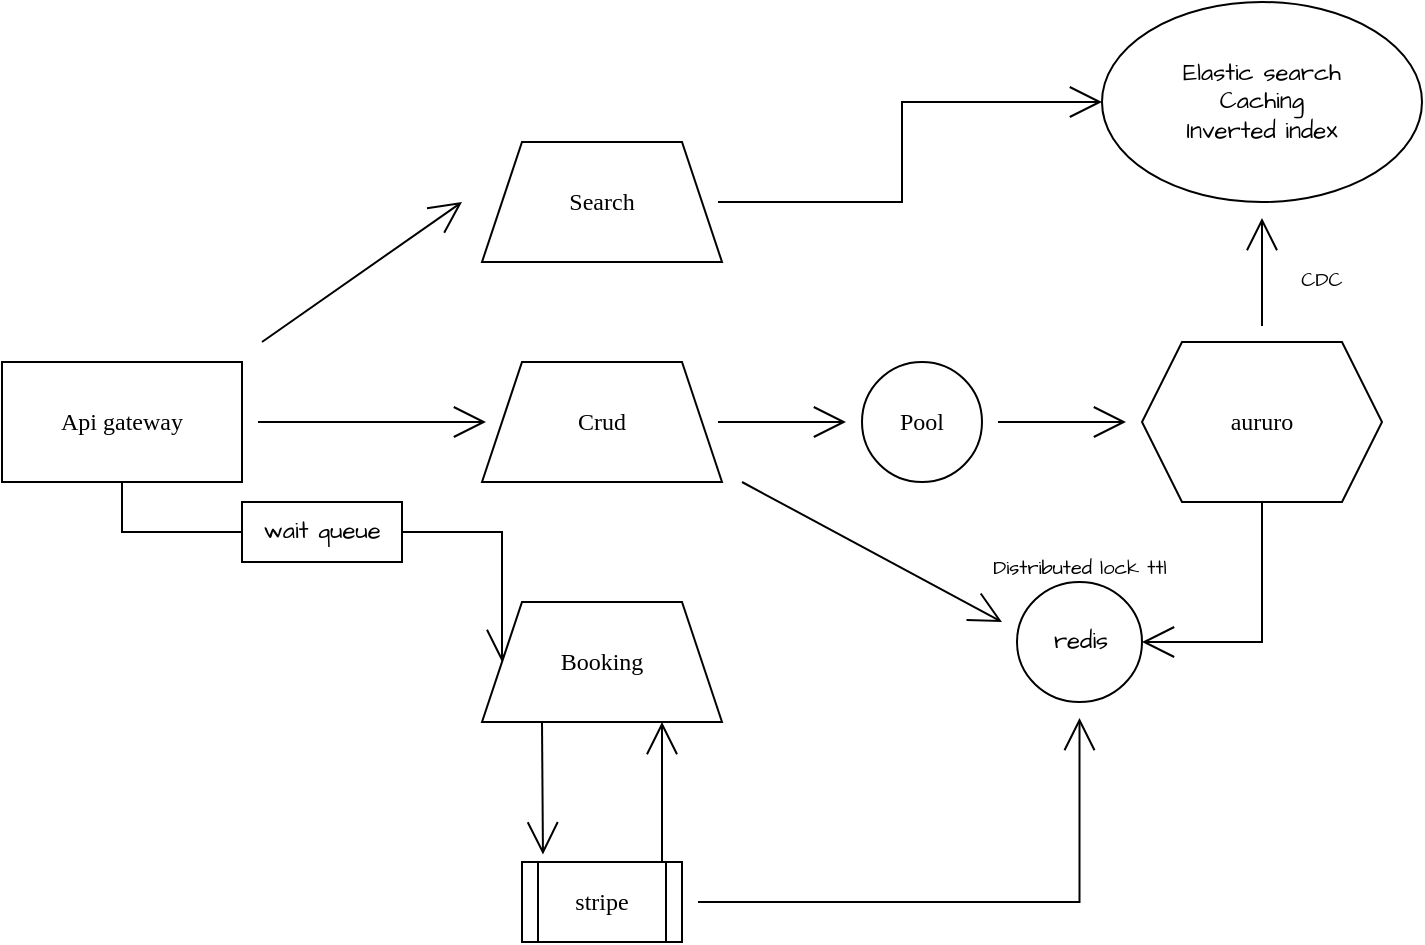
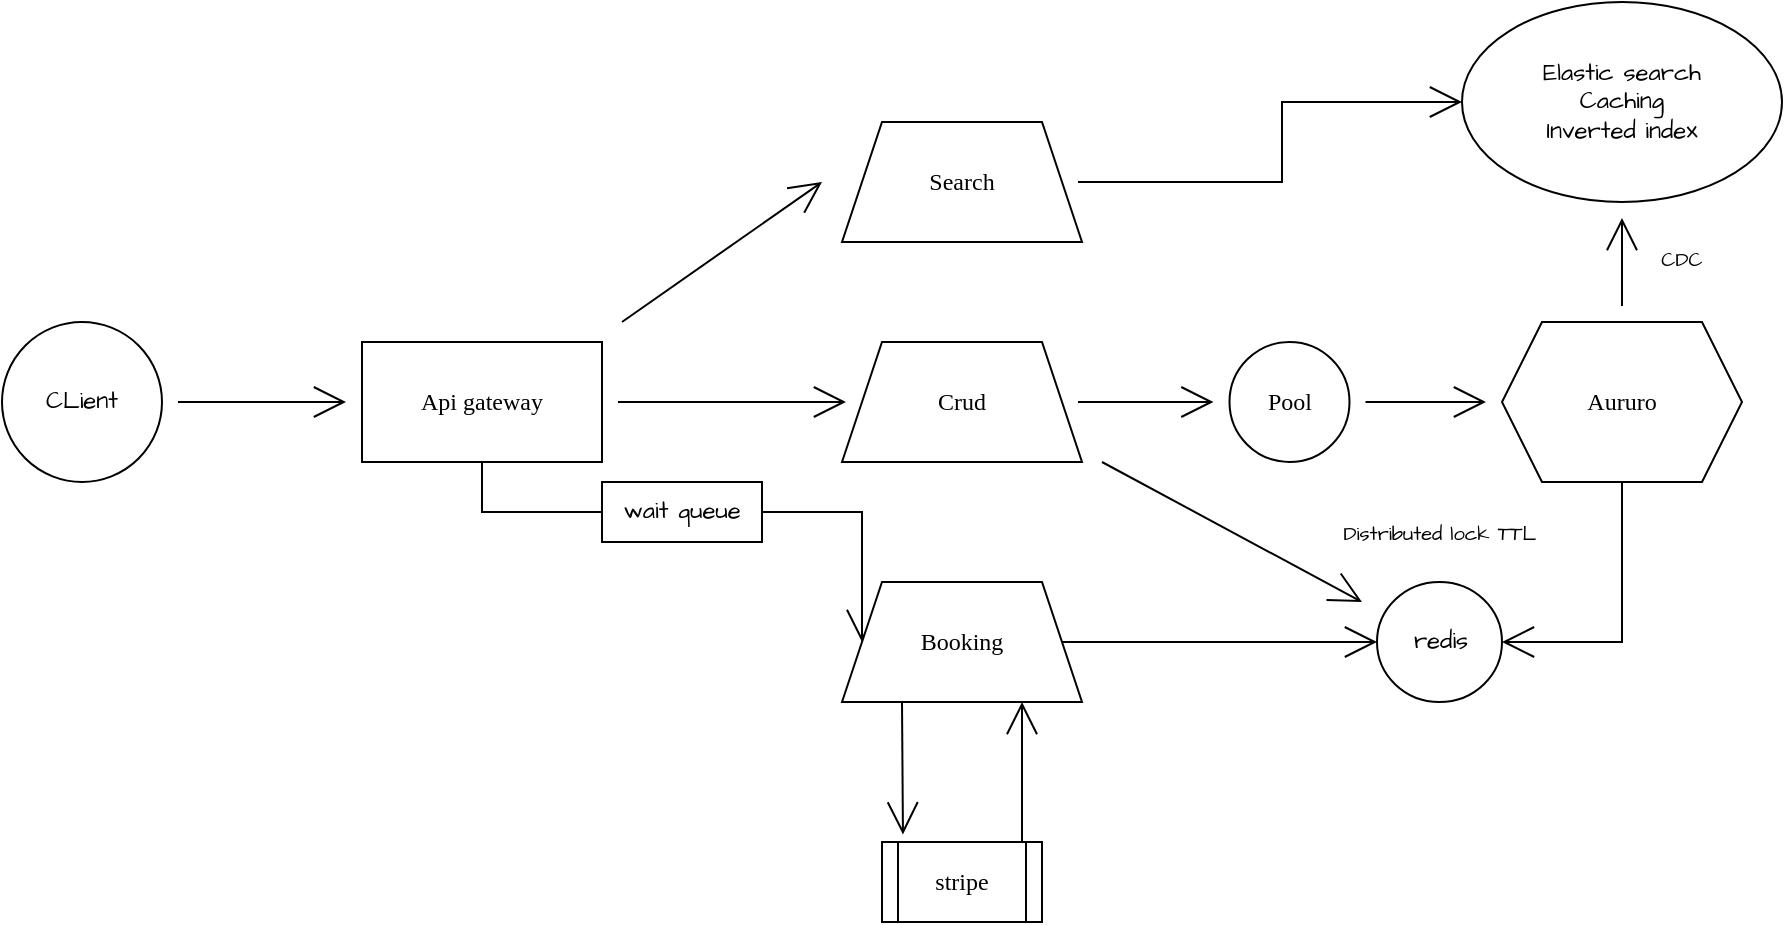
<mxfile host="app.diagrams.net" agent="5.0 (Windows NT 10.0; Win64; x64) AppleWebKit/537.36 (KHTML, like Gecko) Chrome/96.0.4664.93 Safari/537.36">
  <diagram id="Ht1M8jgEwFfnCIfOTk4-" name="Page-1">
    <mxGraphModel dx="1506" dy="688" grid="1" gridSize="10" guides="1" tooltips="1" connect="1" arrows="1" fold="1" page="1" pageScale="1" pageWidth="1169" pageHeight="827" math="0" shadow="0">
      <root>
        <mxCell id="0" />
        <mxCell id="1" parent="0" />
        <mxCell id="67bCBKCydI8KBQZZ1gRH-11" edge="1" parent="1" source="67bCBKCydI8KBQZZ1gRH-1" style="edgeStyle=none;curved=1;rounded=0;orthogonalLoop=1;jettySize=auto;html=1;fontFamily=Verdana;fontSize=16;startSize=14;endArrow=open;endSize=14;sourcePerimeterSpacing=8;targetPerimeterSpacing=8;" target="67bCBKCydI8KBQZZ1gRH-3" value="">
          <mxGeometry relative="1" as="geometry" />
        </mxCell>
        <mxCell id="67bCBKCydI8KBQZZ1gRH-25" edge="1" parent="1" source="67bCBKCydI8KBQZZ1gRH-1" style="edgeStyle=orthogonalEdgeStyle;rounded=0;orthogonalLoop=1;jettySize=auto;html=1;exitX=0.5;exitY=1;exitDx=0;exitDy=0;entryX=0;entryY=0.5;entryDx=0;entryDy=0;fontFamily=Architects Daughter;fontSource=https%3A%2F%2Ffonts.googleapis.com%2Fcss%3Ffamily%3DArchitects%2BDaughter;fontSize=16;startSize=14;endArrow=open;endSize=14;sourcePerimeterSpacing=8;targetPerimeterSpacing=8;" target="67bCBKCydI8KBQZZ1gRH-4">
          <mxGeometry relative="1" as="geometry" />
        </mxCell>
        <mxCell id="67bCBKCydI8KBQZZ1gRH-1" parent="1" style="rounded=0;whiteSpace=wrap;html=1;fontFamily=Verdana;" value="Api gateway" vertex="1">
          <mxGeometry height="60" width="120" x="220" y="330" as="geometry" />
        </mxCell>
        <mxCell id="67bCBKCydI8KBQZZ1gRH-30" edge="1" parent="1" source="67bCBKCydI8KBQZZ1gRH-2" style="edgeStyle=orthogonalEdgeStyle;rounded=0;orthogonalLoop=1;jettySize=auto;html=1;entryX=0;entryY=0.5;entryDx=0;entryDy=0;fontFamily=Architects Daughter;fontSource=https%3A%2F%2Ffonts.googleapis.com%2Fcss%3Ffamily%3DArchitects%2BDaughter;fontSize=16;startSize=14;endArrow=open;endSize=14;sourcePerimeterSpacing=8;targetPerimeterSpacing=8;" target="67bCBKCydI8KBQZZ1gRH-27">
-           <mxGeometry relative="1" as="geometry" />
+           <mxGeometry relative="1" as="geometry">
+             <Array as="points">
+               <mxPoint x="680" y="250" />
+               <mxPoint x="680" y="210" />
+             </Array>
+           </mxGeometry>
        </mxCell>
        <mxCell id="67bCBKCydI8KBQZZ1gRH-2" parent="1" style="shape=trapezoid;perimeter=trapezoidPerimeter;whiteSpace=wrap;html=1;fixedSize=1;fontFamily=Verdana;" value="Search" vertex="1">
          <mxGeometry height="60" width="120" x="460" y="220" as="geometry" />
        </mxCell>
        <mxCell id="67bCBKCydI8KBQZZ1gRH-14" edge="1" parent="1" source="67bCBKCydI8KBQZZ1gRH-15" style="edgeStyle=none;curved=1;rounded=0;orthogonalLoop=1;jettySize=auto;html=1;fontFamily=Verdana;fontSize=16;startSize=14;endArrow=open;endSize=14;sourcePerimeterSpacing=8;targetPerimeterSpacing=8;" target="67bCBKCydI8KBQZZ1gRH-13" value="">
          <mxGeometry relative="1" as="geometry" />
        </mxCell>
        <mxCell id="67bCBKCydI8KBQZZ1gRH-36" edge="1" parent="1" style="edgeStyle=none;curved=1;rounded=0;orthogonalLoop=1;jettySize=auto;html=1;fontFamily=Architects Daughter;fontSource=https%3A%2F%2Ffonts.googleapis.com%2Fcss%3Ffamily%3DArchitects%2BDaughter;fontSize=16;startSize=14;endArrow=open;endSize=14;sourcePerimeterSpacing=8;targetPerimeterSpacing=8;">
          <mxGeometry relative="1" as="geometry">
            <mxPoint x="590" y="390" as="sourcePoint" />
            <mxPoint x="720" y="460" as="targetPoint" />
          </mxGeometry>
        </mxCell>
        <mxCell id="67bCBKCydI8KBQZZ1gRH-3" parent="1" style="shape=trapezoid;perimeter=trapezoidPerimeter;whiteSpace=wrap;html=1;fixedSize=1;fontFamily=Verdana;" value="Crud" vertex="1">
          <mxGeometry height="60" width="120" x="460" y="330" as="geometry" />
        </mxCell>
+         <mxCell id="67bCBKCydI8KBQZZ1gRH-38" edge="1" parent="1" source="67bCBKCydI8KBQZZ1gRH-4" style="edgeStyle=none;curved=1;rounded=0;orthogonalLoop=1;jettySize=auto;html=1;exitX=1;exitY=0.5;exitDx=0;exitDy=0;entryX=0;entryY=0.5;entryDx=0;entryDy=0;fontFamily=Architects Daughter;fontSource=https%3A%2F%2Ffonts.googleapis.com%2Fcss%3Ffamily%3DArchitects%2BDaughter;fontSize=16;startSize=14;endArrow=open;endSize=14;sourcePerimeterSpacing=8;targetPerimeterSpacing=8;" target="67bCBKCydI8KBQZZ1gRH-18">
+           <mxGeometry relative="1" as="geometry" />
+         </mxCell>
        <mxCell id="67bCBKCydI8KBQZZ1gRH-4" parent="1" style="shape=trapezoid;perimeter=trapezoidPerimeter;whiteSpace=wrap;html=1;fixedSize=1;fontFamily=Verdana;" value="Booking" vertex="1">
          <mxGeometry height="60" width="120" x="460" y="450" as="geometry" />
-         </mxCell>
-         <mxCell id="67bCBKCydI8KBQZZ1gRH-33" edge="1" parent="1" source="67bCBKCydI8KBQZZ1gRH-5" style="edgeStyle=orthogonalEdgeStyle;rounded=0;orthogonalLoop=1;jettySize=auto;html=1;fontFamily=Architects Daughter;fontSource=https%3A%2F%2Ffonts.googleapis.com%2Fcss%3Ffamily%3DArchitects%2BDaughter;fontSize=16;startSize=14;endArrow=open;endSize=14;sourcePerimeterSpacing=8;targetPerimeterSpacing=8;" target="67bCBKCydI8KBQZZ1gRH-18" value="">
-           <mxGeometry relative="1" as="geometry" />
        </mxCell>
        <mxCell id="67bCBKCydI8KBQZZ1gRH-5" parent="1" style="shape=process;whiteSpace=wrap;html=1;backgroundOutline=1;fontFamily=Verdana;" value="stripe" vertex="1">
          <mxGeometry height="40" width="80" x="480" y="580" as="geometry" />
        </mxCell>
        <mxCell id="67bCBKCydI8KBQZZ1gRH-7" edge="1" parent="1" source="67bCBKCydI8KBQZZ1gRH-4" style="edgeStyle=none;curved=1;rounded=0;orthogonalLoop=1;jettySize=auto;html=1;exitX=0.25;exitY=1;exitDx=0;exitDy=0;entryX=0.131;entryY=-0.095;entryDx=0;entryDy=0;entryPerimeter=0;fontFamily=Verdana;fontSize=16;startSize=14;endArrow=open;endSize=14;sourcePerimeterSpacing=8;targetPerimeterSpacing=8;" target="67bCBKCydI8KBQZZ1gRH-5">
          <mxGeometry relative="1" as="geometry" />
        </mxCell>
        <mxCell id="67bCBKCydI8KBQZZ1gRH-8" edge="1" parent="1" style="edgeStyle=none;curved=1;rounded=0;orthogonalLoop=1;jettySize=auto;html=1;entryX=0.75;entryY=1;entryDx=0;entryDy=0;fontFamily=Verdana;fontSize=16;startSize=14;endArrow=open;endSize=14;sourcePerimeterSpacing=8;targetPerimeterSpacing=8;" target="67bCBKCydI8KBQZZ1gRH-4">
          <mxGeometry relative="1" as="geometry">
            <mxPoint x="550" y="580" as="sourcePoint" />
          </mxGeometry>
        </mxCell>
        <mxCell id="67bCBKCydI8KBQZZ1gRH-28" edge="1" parent="1" source="67bCBKCydI8KBQZZ1gRH-13" style="edgeStyle=none;curved=1;rounded=0;orthogonalLoop=1;jettySize=auto;html=1;fontFamily=Architects Daughter;fontSource=https%3A%2F%2Ffonts.googleapis.com%2Fcss%3Ffamily%3DArchitects%2BDaughter;fontSize=16;startSize=14;endArrow=open;endSize=14;sourcePerimeterSpacing=8;targetPerimeterSpacing=8;" target="67bCBKCydI8KBQZZ1gRH-27" value="">
          <mxGeometry relative="1" as="geometry" />
        </mxCell>
        <mxCell id="67bCBKCydI8KBQZZ1gRH-35" edge="1" parent="1" source="67bCBKCydI8KBQZZ1gRH-13" style="edgeStyle=orthogonalEdgeStyle;rounded=0;orthogonalLoop=1;jettySize=auto;html=1;exitX=0.5;exitY=1;exitDx=0;exitDy=0;entryX=1;entryY=0.5;entryDx=0;entryDy=0;fontFamily=Architects Daughter;fontSource=https%3A%2F%2Ffonts.googleapis.com%2Fcss%3Ffamily%3DArchitects%2BDaughter;fontSize=16;startSize=14;endArrow=open;endSize=14;sourcePerimeterSpacing=8;targetPerimeterSpacing=8;" target="67bCBKCydI8KBQZZ1gRH-18">
          <mxGeometry relative="1" as="geometry" />
        </mxCell>
-         <mxCell id="67bCBKCydI8KBQZZ1gRH-13" parent="1" style="shape=hexagon;perimeter=hexagonPerimeter2;whiteSpace=wrap;html=1;fixedSize=1;fontFamily=Verdana;" value="aururo" vertex="1">
+         <mxCell id="67bCBKCydI8KBQZZ1gRH-13" parent="1" style="shape=hexagon;perimeter=hexagonPerimeter2;whiteSpace=wrap;html=1;fixedSize=1;fontFamily=Verdana;" value="Aururo" vertex="1">
          <mxGeometry height="80" width="120" x="790" y="320" as="geometry" />
        </mxCell>
        <mxCell id="67bCBKCydI8KBQZZ1gRH-16" edge="1" parent="1" source="67bCBKCydI8KBQZZ1gRH-3" style="edgeStyle=none;curved=1;rounded=0;orthogonalLoop=1;jettySize=auto;html=1;fontFamily=Verdana;fontSize=16;startSize=14;endArrow=open;endSize=14;sourcePerimeterSpacing=8;targetPerimeterSpacing=8;" target="67bCBKCydI8KBQZZ1gRH-15" value="">
          <mxGeometry relative="1" as="geometry">
            <mxPoint x="578" y="360" as="sourcePoint" />
            <mxPoint x="782" y="360" as="targetPoint" />
          </mxGeometry>
        </mxCell>
        <mxCell id="67bCBKCydI8KBQZZ1gRH-15" parent="1" style="ellipse;whiteSpace=wrap;html=1;fontFamily=Verdana;" value="Pool" vertex="1">
-           <mxGeometry height="60" width="60" x="650" y="330" as="geometry" />
+           <mxGeometry height="60" width="60" x="653.75" y="330" as="geometry" />
        </mxCell>
        <mxCell id="67bCBKCydI8KBQZZ1gRH-18" parent="1" style="ellipse;whiteSpace=wrap;html=1;fontFamily=Architects Daughter;fontSource=https%3A%2F%2Ffonts.googleapis.com%2Fcss%3Ffamily%3DArchitects%2BDaughter;" value="redis" vertex="1">
-           <mxGeometry height="60" width="62.5" x="727.5" y="440" as="geometry" />
+           <mxGeometry height="60" width="62.5" x="727.5" y="450" as="geometry" />
        </mxCell>
-         <mxCell id="67bCBKCydI8KBQZZ1gRH-20" parent="1" style="text;html=1;whiteSpace=wrap;strokeColor=none;fillColor=none;align=center;verticalAlign=middle;rounded=0;fontSize=20;fontFamily=Architects Daughter;fontSource=https%3A%2F%2Ffonts.googleapis.com%2Fcss%3Ffamily%3DArchitects%2BDaughter;" value="&lt;font style=&quot;font-size: 10px;&quot;&gt;Distributed lock ttl&lt;/font&gt;" vertex="1">
-           <mxGeometry height="30" width="90" x="713.75" y="414" as="geometry" />
+         <mxCell id="67bCBKCydI8KBQZZ1gRH-20" parent="1" style="text;html=1;whiteSpace=wrap;strokeColor=none;fillColor=none;align=center;verticalAlign=middle;rounded=0;fontSize=20;fontFamily=Architects Daughter;fontSource=https%3A%2F%2Ffonts.googleapis.com%2Fcss%3Ffamily%3DArchitects%2BDaughter;" value="&lt;font style=&quot;font-size: 10px;&quot;&gt;Distributed lock TTL&lt;/font&gt;" vertex="1">
+           <mxGeometry height="16" width="116.25" x="700.63" y="414" as="geometry" />
        </mxCell>
        <mxCell id="67bCBKCydI8KBQZZ1gRH-21" parent="1" style="rounded=0;whiteSpace=wrap;html=1;fontFamily=Architects Daughter;fontSource=https%3A%2F%2Ffonts.googleapis.com%2Fcss%3Ffamily%3DArchitects%2BDaughter;" value="wait queue" vertex="1">
          <mxGeometry height="30" width="80" x="340" y="400" as="geometry" />
        </mxCell>
        <mxCell id="67bCBKCydI8KBQZZ1gRH-27" parent="1" style="ellipse;whiteSpace=wrap;html=1;fontFamily=Architects Daughter;fontSource=https%3A%2F%2Ffonts.googleapis.com%2Fcss%3Ffamily%3DArchitects%2BDaughter;" value="Elastic search&lt;br&gt;Caching&lt;br&gt;Inverted index" vertex="1">
-           <mxGeometry height="100" width="160" x="770" y="150" as="geometry" />
+           <mxGeometry height="100" width="160" x="770" y="160" as="geometry" />
        </mxCell>
        <mxCell id="67bCBKCydI8KBQZZ1gRH-29" parent="1" style="text;html=1;whiteSpace=wrap;strokeColor=none;fillColor=none;align=center;verticalAlign=middle;rounded=0;fontSize=20;fontFamily=Architects Daughter;fontSource=https%3A%2F%2Ffonts.googleapis.com%2Fcss%3Ffamily%3DArchitects%2BDaughter;" value="&lt;font style=&quot;font-size: 10px;&quot;&gt;CDC&lt;/font&gt;" vertex="1">
          <mxGeometry height="30" width="60" x="850" y="270" as="geometry" />
        </mxCell>
        <mxCell id="67bCBKCydI8KBQZZ1gRH-34" edge="1" parent="1" style="edgeStyle=none;curved=1;rounded=0;orthogonalLoop=1;jettySize=auto;html=1;fontFamily=Verdana;fontSize=16;startSize=14;endArrow=open;endSize=14;sourcePerimeterSpacing=8;targetPerimeterSpacing=8;" value="">
          <mxGeometry relative="1" as="geometry">
            <mxPoint x="350" y="320" as="sourcePoint" />
            <mxPoint x="450" y="250" as="targetPoint" />
          </mxGeometry>
        </mxCell>
+         <mxCell id="67bCBKCydI8KBQZZ1gRH-40" edge="1" parent="1" source="67bCBKCydI8KBQZZ1gRH-39" style="edgeStyle=none;curved=1;rounded=0;orthogonalLoop=1;jettySize=auto;html=1;fontFamily=Architects Daughter;fontSource=https%3A%2F%2Ffonts.googleapis.com%2Fcss%3Ffamily%3DArchitects%2BDaughter;fontSize=16;startSize=14;endArrow=open;endSize=14;sourcePerimeterSpacing=8;targetPerimeterSpacing=8;" target="67bCBKCydI8KBQZZ1gRH-1" value="">
+           <mxGeometry relative="1" as="geometry" />
+         </mxCell>
+         <mxCell id="67bCBKCydI8KBQZZ1gRH-39" parent="1" style="ellipse;whiteSpace=wrap;html=1;fontFamily=Architects Daughter;fontSource=https%3A%2F%2Ffonts.googleapis.com%2Fcss%3Ffamily%3DArchitects%2BDaughter;" value="CLient" vertex="1">
+           <mxGeometry height="80" width="80" x="40" y="320" as="geometry" />
+         </mxCell>
      </root>
    </mxGraphModel>
  </diagram>
</mxfile>
